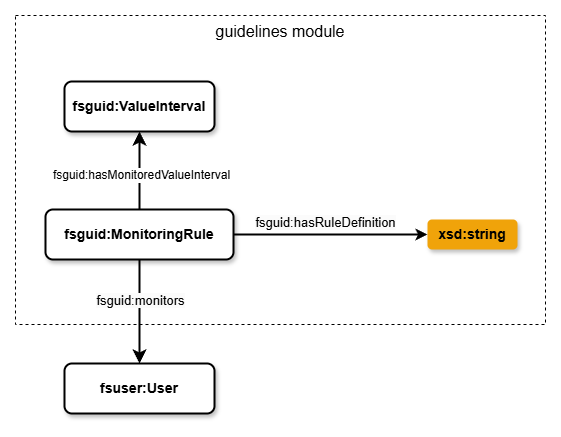
The draw.io diagram diagrams/guidelines/guidelines_module.png in IDA-FBK/FuS-KG, before a commit. Source tidied: cells renumbered, new cells last; positions are measured from the earlier drawing's top-left corner, leaving out a move shared by most shapes. The source it was exported from:
```xml
<mxGraphModel>
  <root>
    <mxCell id="0" />
    <mxCell id="1" parent="0" />
    <mxCell id="2" value="guidelines module" style="rounded=0;whiteSpace=wrap;html=1;fontSize=16;verticalAlign=top;fillColor=none;dashed=1;" parent="1" vertex="1">
      <mxGeometry width="530" height="309" as="geometry" />
    </mxCell>
    <mxCell id="3" style="edgeStyle=none;shape=connector;curved=1;rounded=0;jettySize=auto;html=1;exitX=0.5;exitY=0;exitDx=0;exitDy=0;strokeColor=default;strokeWidth=2;align=center;verticalAlign=middle;fontFamily=Helvetica;fontSize=12;fontColor=default;labelBackgroundColor=default;startSize=8;endArrow=classic;endSize=8;" parent="1" edge="1" source="5" target="6">
      <mxGeometry relative="1" as="geometry" />
    </mxCell>
    <mxCell id="4" value="fsguid:hasMonitoredValueInterval" style="edgeLabel;html=1;align=center;verticalAlign=middle;fontFamily=Helvetica;fontSize=12;fontColor=default;labelBackgroundColor=default;" parent="3" vertex="1">
      <mxGeometry x="-0.1" y="-1" relative="1" as="geometry" />
    </mxCell>
    <mxCell id="5" value="&lt;span style=&quot;text-align: left;&quot;&gt;fsguid:MonitoringRule&lt;/span&gt;" style="rounded=1;whiteSpace=wrap;html=1;strokeColor=default;strokeWidth=2;align=center;verticalAlign=middle;fontFamily=Helvetica;fontSize=14;fontColor=default;fillColor=default;shadow=1;fontStyle=1;" parent="1" vertex="1">
      <mxGeometry x="30" y="194" width="188" height="50" as="geometry" />
    </mxCell>
    <mxCell id="6" value="&lt;span style=&quot;text-align: left;&quot;&gt;fsguid:ValueInterval&lt;/span&gt;" style="rounded=1;whiteSpace=wrap;html=1;strokeColor=default;strokeWidth=2;align=center;verticalAlign=middle;fontFamily=Helvetica;fontSize=14;fontColor=default;fillColor=default;shadow=1;fontStyle=1;" parent="1" vertex="1">
      <mxGeometry x="49" y="66" width="150" height="50" as="geometry" />
    </mxCell>
    <mxCell id="7" style="edgeStyle=none;curved=1;rounded=0;jettySize=auto;html=1;exitX=0.5;exitY=1;exitDx=0;exitDy=0;fontSize=12;startSize=8;endSize=8;entryX=0.5;entryY=0;entryDx=0;entryDy=0;strokeWidth=2;" parent="1" edge="1" source="5" target="11">
      <mxGeometry relative="1" as="geometry" />
    </mxCell>
    <mxCell id="8" value="&lt;span style=&quot;text-align: left; text-wrap-mode: wrap; background-color: rgb(251, 251, 251);&quot;&gt;fsguid:monitors&lt;/span&gt;" style="edgeLabel;html=1;align=center;verticalAlign=middle;fontSize=13;" parent="7" vertex="1">
      <mxGeometry x="-0.04" y="2" relative="1" as="geometry">
        <mxPoint x="-2" y="-10" as="offset" />
      </mxGeometry>
    </mxCell>
    <mxCell id="9" value="&lt;span style=&quot;font-size: 14px;&quot;&gt;xsd:string&lt;/span&gt;" style="rounded=1;whiteSpace=wrap;html=1;strokeWidth=1;fontStyle=1;shadow=1;fontSize=10;strokeColor=none;fillColor=#F0A30A;" parent="1" vertex="1">
      <mxGeometry x="412" y="204" width="90" height="30" as="geometry" />
    </mxCell>
    <mxCell id="10" value="&lt;span style=&quot;text-align: left; text-wrap-mode: wrap; background-color: rgb(251, 251, 251);&quot;&gt;fsguid:hasRuleDefinition&lt;/span&gt;" style="edgeStyle=none;jettySize=auto;html=1;rounded=0;fontSize=13;strokeWidth=2;exitX=1;exitY=0.5;exitDx=0;exitDy=0;" parent="1" edge="1" source="5" target="9">
      <mxGeometry x="-0.05" y="12" relative="1" as="geometry" />
    </mxCell>
    <mxCell id="11" value="&lt;span style=&quot;text-align: left;&quot;&gt;fsuser:User&lt;/span&gt;" style="rounded=1;whiteSpace=wrap;html=1;strokeColor=default;strokeWidth=2;align=center;verticalAlign=middle;fontFamily=Helvetica;fontSize=14;fontColor=default;fillColor=default;shadow=1;fontStyle=1;" parent="1" vertex="1">
      <mxGeometry x="49" y="348" width="150" height="50" as="geometry" />
    </mxCell>
  </root>
</mxGraphModel>
```
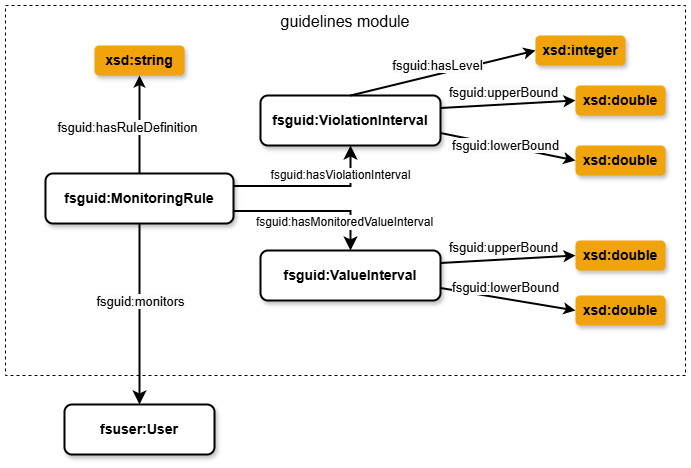
The same file after the commit.

What changed in the source:
```diff
@@ -3,19 +3,25 @@
     <mxCell id="0" />
     <mxCell id="1" parent="0" />
     <mxCell id="2" value="guidelines module" style="rounded=0;whiteSpace=wrap;html=1;fontSize=16;verticalAlign=top;fillColor=none;dashed=1;" parent="1" vertex="1">
-      <mxGeometry width="530" height="309" as="geometry" />
+      <mxGeometry x="-150" y="-61" width="680" height="370" as="geometry" />
     </mxCell>
-    <mxCell id="3" style="edgeStyle=none;shape=connector;curved=1;rounded=0;jettySize=auto;html=1;exitX=0.5;exitY=0;exitDx=0;exitDy=0;strokeColor=default;strokeWidth=2;align=center;verticalAlign=middle;fontFamily=Helvetica;fontSize=12;fontColor=default;labelBackgroundColor=default;startSize=8;endArrow=classic;endSize=8;" parent="1" edge="1" source="5" target="6">
-      <mxGeometry relative="1" as="geometry" />
+    <mxCell id="3" style="edgeStyle=orthogonalEdgeStyle;shape=connector;rounded=0;jettySize=auto;html=1;exitX=1;exitY=0.75;exitDx=0;exitDy=0;strokeColor=default;strokeWidth=2;align=center;verticalAlign=middle;fontFamily=Helvetica;fontSize=12;fontColor=default;labelBackgroundColor=default;startSize=8;endArrow=classic;endSize=8;" parent="1" edge="1" source="5" target="6">
+      <mxGeometry relative="1" as="geometry">
+        <Array as="points">
+          <mxPoint x="195" y="145" />
+        </Array>
+      </mxGeometry>
     </mxCell>
     <mxCell id="4" value="fsguid:hasMonitoredValueInterval" style="edgeLabel;html=1;align=center;verticalAlign=middle;fontFamily=Helvetica;fontSize=12;fontColor=default;labelBackgroundColor=default;" parent="3" vertex="1">
-      <mxGeometry x="-0.1" y="-1" relative="1" as="geometry" />
+      <mxGeometry x="-0.1" y="-1" relative="1" as="geometry">
+        <mxPoint x="40" y="10" as="offset" />
+      </mxGeometry>
     </mxCell>
     <mxCell id="5" value="&lt;span style=&quot;text-align: left;&quot;&gt;fsguid:MonitoringRule&lt;/span&gt;" style="rounded=1;whiteSpace=wrap;html=1;strokeColor=default;strokeWidth=2;align=center;verticalAlign=middle;fontFamily=Helvetica;fontSize=14;fontColor=default;fillColor=default;shadow=1;fontStyle=1;" parent="1" vertex="1">
-      <mxGeometry x="30" y="194" width="188" height="50" as="geometry" />
+      <mxGeometry x="-110" y="107" width="188" height="50" as="geometry" />
     </mxCell>
     <mxCell id="6" value="&lt;span style=&quot;text-align: left;&quot;&gt;fsguid:ValueInterval&lt;/span&gt;" style="rounded=1;whiteSpace=wrap;html=1;strokeColor=default;strokeWidth=2;align=center;verticalAlign=middle;fontFamily=Helvetica;fontSize=14;fontColor=default;fillColor=default;shadow=1;fontStyle=1;" parent="1" vertex="1">
-      <mxGeometry x="49" y="66" width="150" height="50" as="geometry" />
+      <mxGeometry x="105" y="184" width="180" height="50" as="geometry" />
     </mxCell>
     <mxCell id="7" style="edgeStyle=none;curved=1;rounded=0;jettySize=auto;html=1;exitX=0.5;exitY=1;exitDx=0;exitDy=0;fontSize=12;startSize=8;endSize=8;entryX=0.5;entryY=0;entryDx=0;entryDy=0;strokeWidth=2;" parent="1" edge="1" source="5" target="11">
       <mxGeometry relative="1" as="geometry" />
@@ -26,13 +32,54 @@
       </mxGeometry>
     </mxCell>
     <mxCell id="9" value="&lt;span style=&quot;font-size: 14px;&quot;&gt;xsd:string&lt;/span&gt;" style="rounded=1;whiteSpace=wrap;html=1;strokeWidth=1;fontStyle=1;shadow=1;fontSize=10;strokeColor=none;fillColor=#F0A30A;" parent="1" vertex="1">
-      <mxGeometry x="412" y="204" width="90" height="30" as="geometry" />
+      <mxGeometry x="-61" y="-21" width="90" height="30" as="geometry" />
     </mxCell>
-    <mxCell id="10" value="&lt;span style=&quot;text-align: left; text-wrap-mode: wrap; background-color: rgb(251, 251, 251);&quot;&gt;fsguid:hasRuleDefinition&lt;/span&gt;" style="edgeStyle=none;jettySize=auto;html=1;rounded=0;fontSize=13;strokeWidth=2;exitX=1;exitY=0.5;exitDx=0;exitDy=0;" parent="1" edge="1" source="5" target="9">
+    <mxCell id="10" value="&lt;span style=&quot;text-align: left; text-wrap-mode: wrap; background-color: rgb(251, 251, 251);&quot;&gt;fsguid:hasRuleDefinition&lt;/span&gt;" style="edgeStyle=none;jettySize=auto;html=1;rounded=0;fontSize=13;strokeWidth=2;exitX=0.5;exitY=0;exitDx=0;exitDy=0;" parent="1" edge="1" source="5" target="9">
       <mxGeometry x="-0.05" y="12" relative="1" as="geometry" />
     </mxCell>
     <mxCell id="11" value="&lt;span style=&quot;text-align: left;&quot;&gt;fsuser:User&lt;/span&gt;" style="rounded=1;whiteSpace=wrap;html=1;strokeColor=default;strokeWidth=2;align=center;verticalAlign=middle;fontFamily=Helvetica;fontSize=14;fontColor=default;fillColor=default;shadow=1;fontStyle=1;" parent="1" vertex="1">
-      <mxGeometry x="49" y="348" width="150" height="50" as="geometry" />
+      <mxGeometry x="-91" y="338" width="150" height="50" as="geometry" />
     </mxCell>
+    <mxCell id="12" value="&lt;span style=&quot;text-align: left;&quot;&gt;fsguid:ViolationInterval&lt;/span&gt;" style="rounded=1;whiteSpace=wrap;html=1;strokeColor=default;strokeWidth=2;align=center;verticalAlign=middle;fontFamily=Helvetica;fontSize=14;fontColor=default;fillColor=default;shadow=1;fontStyle=1;" parent="1" vertex="1">
+      <mxGeometry x="105" y="29" width="180" height="50" as="geometry" />
+    </mxCell>
+    <mxCell id="13" style="edgeStyle=orthogonalEdgeStyle;shape=connector;rounded=0;jettySize=auto;html=1;exitX=1;exitY=0.25;exitDx=0;exitDy=0;strokeColor=default;strokeWidth=2;align=center;verticalAlign=middle;fontFamily=Helvetica;fontSize=12;fontColor=default;labelBackgroundColor=default;startSize=8;endArrow=classic;endSize=8;entryX=0.5;entryY=1;entryDx=0;entryDy=0;" parent="1" edge="1" source="5" target="12">
+      <mxGeometry relative="1" as="geometry" />
+    </mxCell>
+    <mxCell id="14" value="fsguid:hasViolationInterval" style="edgeLabel;html=1;align=center;verticalAlign=middle;fontFamily=Helvetica;fontSize=12;fontColor=default;labelBackgroundColor=default;" parent="13" vertex="1">
+      <mxGeometry x="-0.1" y="-1" relative="1" as="geometry">
+        <mxPoint x="35" y="-12" as="offset" />
+      </mxGeometry>
+    </mxCell>
+    <mxCell id="15" value="&lt;span style=&quot;font-size: 14px;&quot;&gt;xsd:integer&lt;/span&gt;" style="rounded=1;whiteSpace=wrap;html=1;strokeWidth=1;fontStyle=1;shadow=1;fontSize=10;strokeColor=none;fillColor=#F0A30A;" parent="1" vertex="1">
+      <mxGeometry x="380" y="-31" width="90" height="30" as="geometry" />
+    </mxCell>
+    <mxCell id="16" value="&lt;span style=&quot;text-align: left; text-wrap-mode: wrap; background-color: rgb(251, 251, 251);&quot;&gt;fsguid:hasLevel&lt;/span&gt;" style="edgeStyle=none;jettySize=auto;html=1;rounded=0;fontSize=13;strokeWidth=2;exitX=0.5;exitY=0;exitDx=0;exitDy=0;entryX=0;entryY=0.5;entryDx=0;entryDy=0;" parent="1" edge="1" source="12" target="15">
+      <mxGeometry x="-0.03" y="9" relative="1" as="geometry" />
+    </mxCell>
+    <mxCell id="17" value="&lt;span style=&quot;font-size: 14px;&quot;&gt;xsd:double&lt;/span&gt;" style="rounded=1;whiteSpace=wrap;html=1;strokeWidth=1;fontStyle=1;shadow=1;fontSize=10;strokeColor=none;fillColor=#F0A30A;" parent="1" vertex="1">
+      <mxGeometry x="420" y="19" width="90" height="30" as="geometry" />
+    </mxCell>
+    <mxCell id="18" value="&lt;span style=&quot;text-align: left; text-wrap-mode: wrap; background-color: rgb(251, 251, 251);&quot;&gt;fsguid:upperBound&lt;/span&gt;" style="jettySize=auto;html=1;rounded=0;fontSize=13;strokeWidth=2;exitX=1;exitY=0.25;exitDx=0;exitDy=0;entryX=0;entryY=0.5;entryDx=0;entryDy=0;" parent="1" edge="1" source="12" target="17">
+      <mxGeometry x="-0.05" y="12" relative="1" as="geometry" />
+    </mxCell>
+    <mxCell id="19" value="&lt;span style=&quot;font-size: 14px;&quot;&gt;xsd:double&lt;/span&gt;" style="rounded=1;whiteSpace=wrap;html=1;strokeWidth=1;fontStyle=1;shadow=1;fontSize=10;strokeColor=none;fillColor=#F0A30A;" parent="1" vertex="1">
+      <mxGeometry x="420" y="79" width="90" height="30" as="geometry" />
+    </mxCell>
+    <mxCell id="20" value="&lt;span style=&quot;text-align: left; text-wrap-mode: wrap; background-color: rgb(251, 251, 251);&quot;&gt;fsguid:lowerBound&lt;/span&gt;" style="jettySize=auto;html=1;rounded=0;fontSize=13;strokeWidth=2;exitX=1;exitY=0.75;exitDx=0;exitDy=0;entryX=0;entryY=0.5;entryDx=0;entryDy=0;" parent="1" edge="1" source="12" target="19">
+      <mxGeometry x="-0.04" y="1" relative="1" as="geometry" />
+    </mxCell>
+    <mxCell id="21" value="&lt;span style=&quot;font-size: 14px;&quot;&gt;xsd:double&lt;/span&gt;" style="rounded=1;whiteSpace=wrap;html=1;strokeWidth=1;fontStyle=1;shadow=1;fontSize=10;strokeColor=none;fillColor=#F0A30A;" parent="1" vertex="1">
+      <mxGeometry x="420" y="174" width="90" height="30" as="geometry" />
+    </mxCell>
+    <mxCell id="22" value="&lt;span style=&quot;text-align: left; text-wrap-mode: wrap; background-color: rgb(251, 251, 251);&quot;&gt;fsguid:upperBound&lt;/span&gt;" style="jettySize=auto;html=1;rounded=0;fontSize=13;strokeWidth=2;exitX=1;exitY=0.25;exitDx=0;exitDy=0;entryX=0;entryY=0.5;entryDx=0;entryDy=0;" parent="1" edge="1" source="6" target="21">
+      <mxGeometry x="-0.05" y="12" relative="1" as="geometry" />
+    </mxCell>
+    <mxCell id="23" value="&lt;span style=&quot;font-size: 14px;&quot;&gt;xsd:double&lt;/span&gt;" style="rounded=1;whiteSpace=wrap;html=1;strokeWidth=1;fontStyle=1;shadow=1;fontSize=10;strokeColor=none;fillColor=#F0A30A;" parent="1" vertex="1">
+      <mxGeometry x="420" y="229" width="90" height="30" as="geometry" />
+    </mxCell>
+    <mxCell id="24" value="&lt;span style=&quot;text-align: left; text-wrap-mode: wrap; background-color: rgb(251, 251, 251);&quot;&gt;fsguid:lowerBound&lt;/span&gt;" style="jettySize=auto;html=1;rounded=0;fontSize=13;strokeWidth=2;exitX=1;exitY=0.75;exitDx=0;exitDy=0;entryX=0;entryY=0.5;entryDx=0;entryDy=0;" parent="1" edge="1" source="6" target="23">
+      <mxGeometry x="-0.06" y="11" relative="1" as="geometry" />
+    </mxCell>
   </root>
 </mxGraphModel>
```
